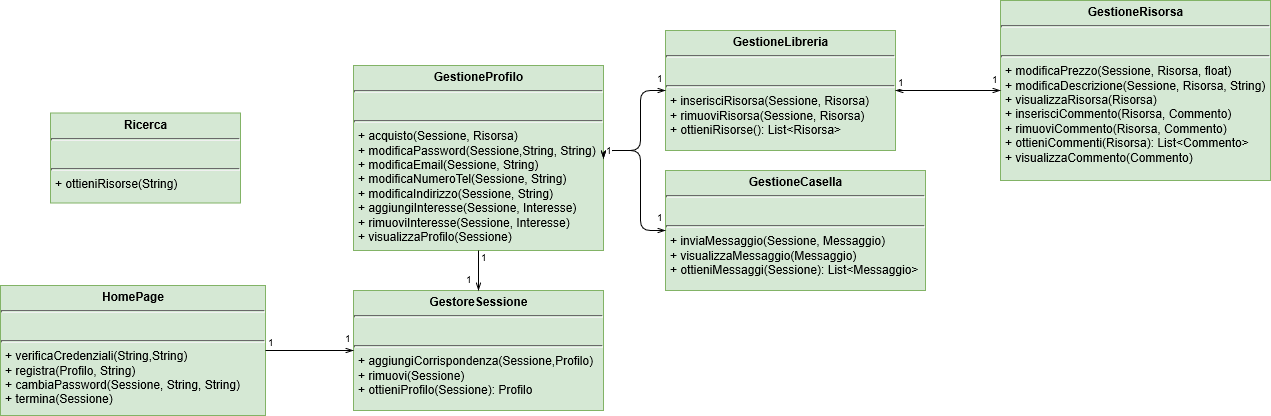
SundavarBlaka/Alexandria keeps this draw.io diagram as Progetto Dettaglio Alexandria/dettaglioServer .png. Above is the earlier version. Source tidied: cells renumbered, new cells last; positions are measured from the earlier drawing's top-left corner, leaving out a move shared by most shapes.
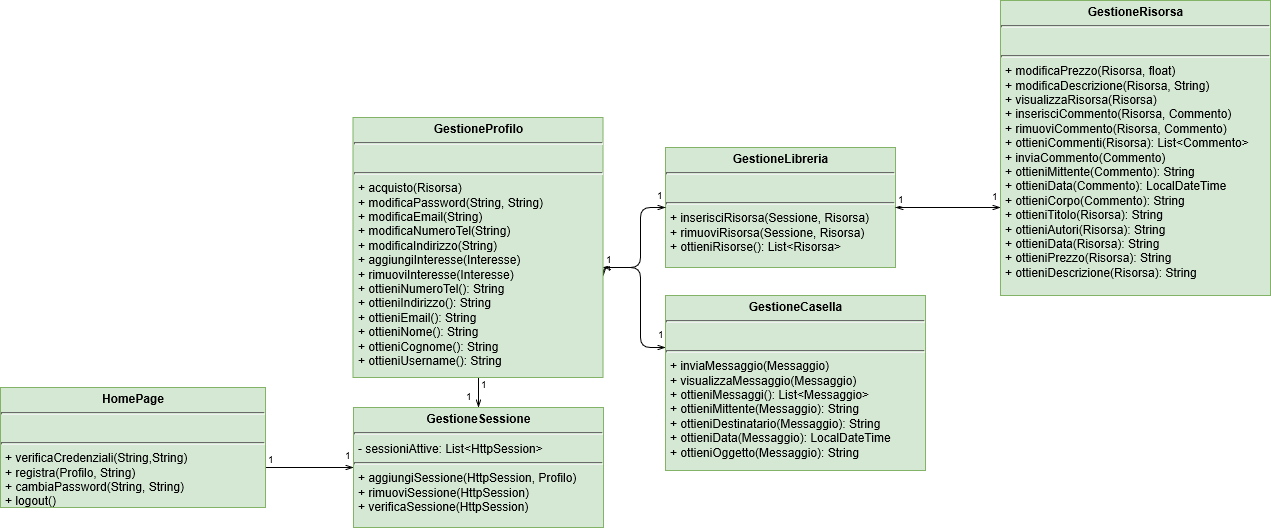
Later version of the same file.

Commit message:
Eliminata sessione

What changed in the source:
```diff
@@ -2,20 +2,12 @@
   <root>
     <mxCell id="0" />
     <mxCell id="1" parent="0" />
-    <mxCell id="2" value="&lt;p style=&quot;margin: 0px ; margin-top: 4px ; text-align: center&quot;&gt;&lt;b&gt;GestioneProfilo&lt;/b&gt;&lt;/p&gt;&lt;hr size=&quot;1&quot;&gt;&lt;p style=&quot;margin: 0px ; margin-left: 4px&quot;&gt;&lt;br&gt;&lt;/p&gt;&lt;hr size=&quot;1&quot;&gt;&lt;p style=&quot;margin: 0px ; margin-left: 4px&quot;&gt;+ acquisto(Sessione, Risorsa)&lt;/p&gt;&lt;p style=&quot;margin: 0px ; margin-left: 4px&quot;&gt;+ modificaPassword(Sessione,String, String)&lt;/p&gt;&lt;p style=&quot;margin: 0px ; margin-left: 4px&quot;&gt;+ modificaEmail(&lt;span&gt;Sessione&lt;/span&gt;, String)&lt;/p&gt;&lt;p style=&quot;margin: 0px ; margin-left: 4px&quot;&gt;+ modificaNumeroTel(&lt;span&gt;Sessione&lt;/span&gt;, String)&lt;/p&gt;&lt;p style=&quot;margin: 0px ; margin-left: 4px&quot;&gt;+ modificaIndirizzo(&lt;span&gt;Sessione&lt;/span&gt;, String)&lt;/p&gt;&lt;p style=&quot;margin: 0px ; margin-left: 4px&quot;&gt;+ aggiungiInteresse(&lt;span&gt;Sessione&lt;/span&gt;, Interesse)&lt;/p&gt;&lt;p style=&quot;margin: 0px ; margin-left: 4px&quot;&gt;+ rimuoviInteresse(&lt;span&gt;Sessione&lt;/span&gt;, Interesse)&lt;/p&gt;&lt;p style=&quot;margin: 0px ; margin-left: 4px&quot;&gt;+ visualizzaProfilo(&lt;span&gt;Sessione&lt;/span&gt;)&lt;/p&gt;" style="verticalAlign=top;align=left;overflow=fill;fontSize=12;fontFamily=Helvetica;html=1;fillColor=#d5e8d4;strokeColor=#82b366;" parent="1" vertex="1">
-      <mxGeometry x="353" y="65" width="250" height="185" as="geometry" />
-    </mxCell>
     <mxCell id="3" value="&lt;p style=&quot;margin: 0px ; margin-top: 4px ; text-align: center&quot;&gt;&lt;b&gt;GestioneLibreria&lt;/b&gt;&lt;/p&gt;&lt;hr size=&quot;1&quot;&gt;&lt;p style=&quot;margin: 0px ; margin-left: 4px&quot;&gt;&lt;br&gt;&lt;/p&gt;&lt;hr size=&quot;1&quot;&gt;&lt;p style=&quot;margin: 0px ; margin-left: 4px&quot;&gt;+ inserisciRisorsa(&lt;span&gt;Sessione&lt;/span&gt;, Risorsa)&lt;/p&gt;&lt;p style=&quot;margin: 0px ; margin-left: 4px&quot;&gt;+ rimuoviRisorsa(&lt;span&gt;Sessione&lt;/span&gt;, Risorsa)&lt;/p&gt;&lt;p style=&quot;margin: 0px ; margin-left: 4px&quot;&gt;+ ottieniRisorse(): List&amp;lt;Risorsa&amp;gt;&lt;/p&gt;" style="verticalAlign=top;align=left;overflow=fill;fontSize=12;fontFamily=Helvetica;html=1;fillColor=#d5e8d4;strokeColor=#82b366;" parent="1" vertex="1">
       <mxGeometry x="665" y="30" width="230" height="120" as="geometry" />
     </mxCell>
-    <mxCell id="4" value="&lt;p style=&quot;margin: 0px ; margin-top: 4px ; text-align: center&quot;&gt;&lt;b&gt;GestioneCasella&lt;/b&gt;&lt;/p&gt;&lt;hr size=&quot;1&quot;&gt;&lt;p style=&quot;margin: 0px ; margin-left: 4px&quot;&gt;&lt;br&gt;&lt;/p&gt;&lt;hr size=&quot;1&quot;&gt;&lt;p style=&quot;margin: 0px ; margin-left: 4px&quot;&gt;+ inviaMessaggio(Sessione, Messaggio)&lt;/p&gt;&lt;p style=&quot;margin: 0px ; margin-left: 4px&quot;&gt;+ visualizzaMessaggio(Messaggio)&lt;/p&gt;&lt;p style=&quot;margin: 0px ; margin-left: 4px&quot;&gt;+ ottieniMessaggi(&lt;span&gt;Sessione&lt;/span&gt;): List&amp;lt;Messaggio&amp;gt;&lt;/p&gt;" style="verticalAlign=top;align=left;overflow=fill;fontSize=12;fontFamily=Helvetica;html=1;fillColor=#d5e8d4;strokeColor=#82b366;" parent="1" vertex="1">
-      <mxGeometry x="665" y="170" width="260" height="120" as="geometry" />
-    </mxCell>
-    <mxCell id="5" value="&lt;p style=&quot;margin: 0px ; margin-top: 4px ; text-align: center&quot;&gt;&lt;b&gt;GestioneRisorsa&lt;/b&gt;&lt;/p&gt;&lt;hr size=&quot;1&quot;&gt;&lt;p style=&quot;margin: 0px ; margin-left: 4px&quot;&gt;&lt;br&gt;&lt;/p&gt;&lt;hr size=&quot;1&quot;&gt;&lt;p style=&quot;margin: 0px ; margin-left: 4px&quot;&gt;+ modificaPrezzo(&lt;span&gt;Sessione&lt;/span&gt;, Risorsa, float)&lt;/p&gt;&lt;p style=&quot;margin: 0px ; margin-left: 4px&quot;&gt;+ modificaDescrizione(&lt;span&gt;Sessione&lt;/span&gt;, Risorsa, String)&lt;/p&gt;&lt;p style=&quot;margin: 0px ; margin-left: 4px&quot;&gt;+ visualizzaRisorsa(Risorsa)&lt;/p&gt;&lt;p style=&quot;margin: 0px ; margin-left: 4px&quot;&gt;+ inserisciCommento(Risorsa, Commento)&lt;/p&gt;&lt;p style=&quot;margin: 0px ; margin-left: 4px&quot;&gt;+ rimuoviCommento(Risorsa, Commento)&lt;/p&gt;&lt;p style=&quot;margin: 0px ; margin-left: 4px&quot;&gt;+ ottieniCommenti(Risorsa): List&amp;lt;Commento&amp;gt;&lt;/p&gt;&lt;p style=&quot;margin: 0px ; margin-left: 4px&quot;&gt;+ visualizzaCommento(Commento)&lt;/p&gt;" style="verticalAlign=top;align=left;overflow=fill;fontSize=12;fontFamily=Helvetica;html=1;fillColor=#d5e8d4;strokeColor=#82b366;" parent="1" vertex="1">
-      <mxGeometry x="1000" width="270" height="180" as="geometry" />
-    </mxCell>
-    <mxCell id="6" style="endArrow=openThin;html=1;edgeStyle=orthogonalEdgeStyle;exitX=1;exitY=0.5;exitDx=0;exitDy=0;entryX=0;entryY=0.5;entryDx=0;entryDy=0;endFill=0;startArrow=openThin;startFill=0;" parent="1" edge="1" source="2" target="3">
+    <mxCell id="6" style="endArrow=openThin;html=1;edgeStyle=orthogonalEdgeStyle;exitX=1;exitY=0.5;exitDx=0;exitDy=0;entryX=0;entryY=0.5;entryDx=0;entryDy=0;endFill=0;startArrow=openThin;startFill=0;" parent="1" edge="1" target="3">
       <mxGeometry relative="1" as="geometry">
+        <mxPoint x="603" y="158" as="sourcePoint" />
         <Array as="points">
           <mxPoint x="640" y="150" />
           <mxPoint x="640" y="90" />
@@ -30,8 +22,9 @@
         <mxPoint y="-4" as="offset" />
       </mxGeometry>
     </mxCell>
-    <mxCell id="9" style="endArrow=openThin;html=1;edgeStyle=orthogonalEdgeStyle;exitX=1;exitY=0.5;exitDx=0;exitDy=0;entryX=0;entryY=0.5;entryDx=0;entryDy=0;endFill=0;startArrow=openThin;startFill=0;" parent="1" edge="1" source="2" target="4">
+    <mxCell id="9" style="endArrow=openThin;html=1;edgeStyle=orthogonalEdgeStyle;entryX=0;entryY=0.5;entryDx=0;entryDy=0;endFill=0;startArrow=openThin;startFill=0;" parent="1" edge="1" source="27">
       <mxGeometry relative="1" as="geometry">
+        <mxPoint x="665" y="230" as="targetPoint" />
         <Array as="points">
           <mxPoint x="640" y="150" />
           <mxPoint x="640" y="230" />
@@ -46,8 +39,10 @@
         <mxPoint y="-5" as="offset" />
       </mxGeometry>
     </mxCell>
-    <mxCell id="12" style="endArrow=openThin;html=1;edgeStyle=orthogonalEdgeStyle;exitX=1;exitY=0.5;exitDx=0;exitDy=0;entryX=0;entryY=0.5;entryDx=0;entryDy=0;endFill=0;startArrow=openThin;startFill=0;" parent="1" edge="1" source="3" target="5">
-      <mxGeometry relative="1" as="geometry" />
+    <mxCell id="12" style="endArrow=openThin;html=1;edgeStyle=orthogonalEdgeStyle;exitX=1;exitY=0.5;exitDx=0;exitDy=0;entryX=0;entryY=0.5;entryDx=0;entryDy=0;endFill=0;startArrow=openThin;startFill=0;" parent="1" edge="1" source="3">
+      <mxGeometry relative="1" as="geometry">
+        <mxPoint x="1000" y="90" as="targetPoint" />
+      </mxGeometry>
     </mxCell>
     <mxCell id="13" value="1&lt;br&gt;" style="html=1;align=left;verticalAlign=bottom;labelBackgroundColor=#ffffff;fontSize=10;" parent="12" vertex="1">
       <mxGeometry x="-1" relative="1" as="geometry" />
@@ -57,17 +52,11 @@
         <mxPoint y="-3" as="offset" />
       </mxGeometry>
     </mxCell>
-    <mxCell id="15" value="&lt;p style=&quot;margin: 0px ; margin-top: 4px ; text-align: center&quot;&gt;&lt;b&gt;GestoreSessione&lt;/b&gt;&lt;/p&gt;&lt;p style=&quot;margin: 0px ; margin-top: 4px ; text-align: center&quot;&gt;&lt;i&gt;&lt;/i&gt;&lt;/p&gt;&lt;hr size=&quot;1&quot;&gt;&lt;p style=&quot;margin: 0px ; margin-left: 4px&quot;&gt;&lt;br&gt;&lt;/p&gt;&lt;hr size=&quot;1&quot;&gt;&lt;p style=&quot;margin: 0px ; margin-left: 4px&quot;&gt;+ aggiungiCorrispondenza(Sessione,Profilo)&lt;/p&gt;&lt;p style=&quot;margin: 0px ; margin-left: 4px&quot;&gt;+ rimuovi(Sessione)&lt;/p&gt;&lt;p style=&quot;margin: 0px ; margin-left: 4px&quot;&gt;+ ottieniProfilo(Sessione): Profilo&lt;/p&gt;" style="verticalAlign=top;align=left;overflow=fill;fontSize=12;fontFamily=Helvetica;html=1;fillColor=#d5e8d4;strokeColor=#82b366;" parent="1" vertex="1">
-      <mxGeometry x="353" y="290" width="250" height="120" as="geometry" />
-    </mxCell>
-    <mxCell id="16" value="&lt;p style=&quot;margin: 0px ; margin-top: 4px ; text-align: center&quot;&gt;&lt;b&gt;Ricerca&lt;/b&gt;&lt;/p&gt;&lt;hr size=&quot;1&quot;&gt;&lt;p style=&quot;margin: 0px ; margin-left: 4px&quot;&gt;&lt;br&gt;&lt;/p&gt;&lt;hr size=&quot;1&quot;&gt;&lt;p style=&quot;margin: 0px ; margin-left: 4px&quot;&gt;+ ottieniRisorse(String)&lt;/p&gt;" style="verticalAlign=top;align=left;overflow=fill;fontSize=12;fontFamily=Helvetica;html=1;fillColor=#d5e8d4;strokeColor=#82b366;" parent="1" vertex="1">
-      <mxGeometry x="50" y="112.5" width="190" height="90" as="geometry" />
-    </mxCell>
-    <mxCell id="17" value="&lt;p style=&quot;margin: 0px ; margin-top: 4px ; text-align: center&quot;&gt;&lt;b&gt;HomePage&lt;/b&gt;&lt;/p&gt;&lt;hr size=&quot;1&quot;&gt;&lt;p style=&quot;margin: 0px ; margin-left: 4px&quot;&gt;&lt;br&gt;&lt;/p&gt;&lt;hr size=&quot;1&quot;&gt;&lt;p style=&quot;margin: 0px ; margin-left: 4px&quot;&gt;+ verificaCredenziali(String,String)&lt;/p&gt;&lt;p style=&quot;margin: 0px ; margin-left: 4px&quot;&gt;&lt;span&gt;+ registra(Profilo, String)&lt;/span&gt;&lt;/p&gt;&lt;p style=&quot;margin: 0px ; margin-left: 4px&quot;&gt;+ cambiaPassword(Sessione, String, String)&lt;/p&gt;&lt;p style=&quot;margin: 0px ; margin-left: 4px&quot;&gt;+ termina(Sessione)&lt;/p&gt;" style="verticalAlign=top;align=left;overflow=fill;fontSize=12;fontFamily=Helvetica;html=1;fillColor=#d5e8d4;strokeColor=#82b366;" parent="1" vertex="1">
-      <mxGeometry y="285" width="265" height="130" as="geometry" />
-    </mxCell>
-    <mxCell id="18" style="endArrow=openThin;html=1;edgeStyle=orthogonalEdgeStyle;exitX=1;exitY=0.5;exitDx=0;exitDy=0;entryX=0;entryY=0.5;entryDx=0;entryDy=0;endFill=0;" parent="1" edge="1" source="17" target="15">
-      <mxGeometry relative="1" as="geometry" />
+    <mxCell id="18" style="endArrow=openThin;html=1;edgeStyle=orthogonalEdgeStyle;exitX=1;exitY=0.5;exitDx=0;exitDy=0;entryX=0;entryY=0.5;entryDx=0;entryDy=0;endFill=0;" parent="1" edge="1">
+      <mxGeometry relative="1" as="geometry">
+        <mxPoint x="265" y="350" as="sourcePoint" />
+        <mxPoint x="353" y="350" as="targetPoint" />
+      </mxGeometry>
     </mxCell>
     <mxCell id="19" value="1&lt;br&gt;" style="html=1;align=left;verticalAlign=bottom;labelBackgroundColor=#ffffff;fontSize=10;" parent="18" vertex="1">
       <mxGeometry x="-1" relative="1" as="geometry" />
@@ -77,8 +66,10 @@
         <mxPoint y="-4" as="offset" />
       </mxGeometry>
     </mxCell>
-    <mxCell id="21" style="endArrow=openThin;html=1;edgeStyle=orthogonalEdgeStyle;exitX=0.5;exitY=1;exitDx=0;exitDy=0;entryX=0.5;entryY=0;entryDx=0;entryDy=0;endFill=0;" parent="1" edge="1" source="2" target="15">
-      <mxGeometry relative="1" as="geometry" />
+    <mxCell id="21" style="endArrow=openThin;html=1;edgeStyle=orthogonalEdgeStyle;exitX=0.5;exitY=1;exitDx=0;exitDy=0;entryX=0.5;entryY=0;entryDx=0;entryDy=0;endFill=0;" parent="1" edge="1" source="27">
+      <mxGeometry relative="1" as="geometry">
+        <mxPoint x="478" y="290" as="targetPoint" />
+      </mxGeometry>
     </mxCell>
     <mxCell id="22" value="1&lt;br&gt;" style="html=1;align=left;verticalAlign=bottom;labelBackgroundColor=#ffffff;fontSize=10;" parent="21" vertex="1">
       <mxGeometry x="-1" relative="1" as="geometry">
@@ -90,5 +81,20 @@
         <mxPoint x="-4" y="-3" as="offset" />
       </mxGeometry>
     </mxCell>
+    <mxCell id="24" value="&lt;p style=&quot;margin: 0px ; margin-top: 4px ; text-align: center&quot;&gt;&lt;b&gt;GestioneCasella&lt;/b&gt;&lt;/p&gt;&lt;hr size=&quot;1&quot;&gt;&lt;p style=&quot;margin: 0px ; margin-left: 4px&quot;&gt;&lt;br&gt;&lt;/p&gt;&lt;hr size=&quot;1&quot;&gt;&lt;p style=&quot;margin: 0px ; margin-left: 4px&quot;&gt;+ inviaMessaggio(Messaggio)&lt;/p&gt;&lt;p style=&quot;margin: 0px ; margin-left: 4px&quot;&gt;+ visualizzaMessaggio(Messaggio)&lt;/p&gt;&lt;p style=&quot;margin: 0px ; margin-left: 4px&quot;&gt;+ ottieniMessaggi(): List&amp;lt;Messaggio&amp;gt;&lt;/p&gt;&lt;p style=&quot;margin: 0px ; margin-left: 4px&quot;&gt;+ ottieniMittente(Messaggio): String&lt;/p&gt;&lt;p style=&quot;margin: 0px ; margin-left: 4px&quot;&gt;+ &lt;span&gt;ottieni&lt;/span&gt;Destinatario(Messaggio): String&lt;/p&gt;&lt;p style=&quot;margin: 0px ; margin-left: 4px&quot;&gt;+ &lt;span&gt;ottieni&lt;/span&gt;Data(Messaggio): LocalDateTime&lt;/p&gt;&lt;p style=&quot;margin: 0px ; margin-left: 4px&quot;&gt;+ &lt;span&gt;ottieni&lt;/span&gt;Oggetto(Messaggio): String&lt;/p&gt;" style="verticalAlign=top;align=left;overflow=fill;fontSize=12;fontFamily=Helvetica;html=1;fillColor=#d5e8d4;strokeColor=#82b366;" parent="1" vertex="1">
+      <mxGeometry x="665" y="178" width="260" height="175" as="geometry" />
+    </mxCell>
+    <mxCell id="25" value="&lt;p style=&quot;margin: 0px ; margin-top: 4px ; text-align: center&quot;&gt;&lt;b&gt;GestioneRisorsa&lt;/b&gt;&lt;/p&gt;&lt;hr size=&quot;1&quot;&gt;&lt;p style=&quot;margin: 0px ; margin-left: 4px&quot;&gt;&lt;br&gt;&lt;/p&gt;&lt;hr size=&quot;1&quot;&gt;&lt;p style=&quot;margin: 0px ; margin-left: 4px&quot;&gt;+ modificaPrezzo(Risorsa, float)&lt;/p&gt;&lt;p style=&quot;margin: 0px ; margin-left: 4px&quot;&gt;+ modificaDescrizione(Risorsa, String)&lt;/p&gt;&lt;p style=&quot;margin: 0px ; margin-left: 4px&quot;&gt;+ visualizzaRisorsa(Risorsa)&lt;/p&gt;&lt;p style=&quot;margin: 0px ; margin-left: 4px&quot;&gt;+ inserisciCommento(Risorsa, Commento)&lt;/p&gt;&lt;p style=&quot;margin: 0px ; margin-left: 4px&quot;&gt;+ rimuoviCommento(Risorsa, Commento)&lt;/p&gt;&lt;p style=&quot;margin: 0px ; margin-left: 4px&quot;&gt;+ ottieniCommenti(Risorsa): List&amp;lt;Commento&amp;gt;&lt;/p&gt;&lt;p style=&quot;margin: 0px ; margin-left: 4px&quot;&gt;+ inviaCommento(Commento)&lt;/p&gt;&lt;p style=&quot;margin: 0px ; margin-left: 4px&quot;&gt;+ ottieniMittente(Commento): String&lt;/p&gt;&lt;p style=&quot;margin: 0px ; margin-left: 4px&quot;&gt;+ ottieniData(Commento): LocalDateTime&lt;/p&gt;&lt;p style=&quot;margin: 0px ; margin-left: 4px&quot;&gt;+ ottieniCorpo(Commento): String&lt;/p&gt;&lt;p style=&quot;margin: 0px ; margin-left: 4px&quot;&gt;+ ottieniTitolo(Risorsa): String&lt;/p&gt;&lt;p style=&quot;margin: 0px ; margin-left: 4px&quot;&gt;&lt;span&gt;+ ottieniAutori(Risorsa): String&lt;/span&gt;&lt;/p&gt;&lt;p style=&quot;margin: 0px ; margin-left: 4px&quot;&gt;&lt;span&gt;+ ottieniData(Risorsa): String&lt;/span&gt;&lt;/p&gt;&lt;p style=&quot;margin: 0px ; margin-left: 4px&quot;&gt;+ ottieniPrezzo(Risorsa): String&lt;/p&gt;&lt;p style=&quot;margin: 0px ; margin-left: 4px&quot;&gt;+ ottieniDescrizione(Risorsa): String&lt;/p&gt;" style="verticalAlign=top;align=left;overflow=fill;fontSize=12;fontFamily=Helvetica;html=1;fillColor=#d5e8d4;strokeColor=#82b366;" parent="1" vertex="1">
+      <mxGeometry x="1000" y="-117" width="270" height="295" as="geometry" />
+    </mxCell>
+    <mxCell id="26" value="&lt;p style=&quot;margin: 0px ; margin-top: 4px ; text-align: center&quot;&gt;&lt;b&gt;GestioneSessione&lt;/b&gt;&lt;/p&gt;&lt;hr size=&quot;1&quot;&gt;&lt;p style=&quot;margin: 0px ; margin-left: 4px&quot;&gt;- sessioniAttive: List&amp;lt;HttpSession&amp;gt;&lt;/p&gt;&lt;hr size=&quot;1&quot;&gt;&lt;p style=&quot;margin: 0px ; margin-left: 4px&quot;&gt;+ aggiungiSessione(HttpSession, Profilo)&lt;/p&gt;&lt;p style=&quot;margin: 0px ; margin-left: 4px&quot;&gt;+ rimuoviSessione(HttpSession)&lt;/p&gt;&lt;p style=&quot;margin: 0px ; margin-left: 4px&quot;&gt;+ verificaSessione(HttpSession)&lt;/p&gt;" style="verticalAlign=top;align=left;overflow=fill;fontSize=12;fontFamily=Helvetica;html=1;fillColor=#d5e8d4;strokeColor=#82b366;" parent="1" vertex="1">
+      <mxGeometry x="353" y="290" width="250" height="120" as="geometry" />
+    </mxCell>
+    <mxCell id="27" value="&lt;p style=&quot;margin: 0px ; margin-top: 4px ; text-align: center&quot;&gt;&lt;b&gt;GestioneProfilo&lt;/b&gt;&lt;/p&gt;&lt;hr size=&quot;1&quot;&gt;&lt;p style=&quot;margin: 0px ; margin-left: 4px&quot;&gt;&lt;br&gt;&lt;/p&gt;&lt;hr size=&quot;1&quot;&gt;&lt;p style=&quot;margin: 0px ; margin-left: 4px&quot;&gt;+ acquisto(Risorsa)&lt;/p&gt;&lt;p style=&quot;margin: 0px ; margin-left: 4px&quot;&gt;+ modificaPassword(String, String)&lt;/p&gt;&lt;p style=&quot;margin: 0px ; margin-left: 4px&quot;&gt;+ modificaEmail(String)&lt;/p&gt;&lt;p style=&quot;margin: 0px ; margin-left: 4px&quot;&gt;+ modificaNumeroTel(String)&lt;/p&gt;&lt;p style=&quot;margin: 0px ; margin-left: 4px&quot;&gt;+ modificaIndirizzo(String)&lt;/p&gt;&lt;p style=&quot;margin: 0px ; margin-left: 4px&quot;&gt;+ aggiungiInteresse(Interesse)&lt;/p&gt;&lt;p style=&quot;margin: 0px ; margin-left: 4px&quot;&gt;+ rimuoviInteresse(Interesse)&lt;/p&gt;&lt;p style=&quot;margin: 0px ; margin-left: 4px&quot;&gt;+ ottieniNumeroTel(): String&lt;/p&gt;&lt;p style=&quot;margin: 0px ; margin-left: 4px&quot;&gt;+ ottieniIndirizzo(): String&lt;/p&gt;&lt;p style=&quot;margin: 0px ; margin-left: 4px&quot;&gt;+ ottieniEmail(): String&lt;/p&gt;&lt;p style=&quot;margin: 0px ; margin-left: 4px&quot;&gt;+ ottieniNome(): String&lt;/p&gt;&lt;p style=&quot;margin: 0px ; margin-left: 4px&quot;&gt;+ ottieniCognome(): String&lt;/p&gt;&lt;p style=&quot;margin: 0px ; margin-left: 4px&quot;&gt;+ ottieniUsername(): String&lt;/p&gt;" style="verticalAlign=top;align=left;overflow=fill;fontSize=12;fontFamily=Helvetica;html=1;fillColor=#d5e8d4;strokeColor=#82b366;" parent="1" vertex="1">
+      <mxGeometry x="352.5" width="250" height="260" as="geometry" />
+    </mxCell>
+    <mxCell id="28" value="&lt;p style=&quot;margin: 0px ; margin-top: 4px ; text-align: center&quot;&gt;&lt;b&gt;HomePage&lt;/b&gt;&lt;/p&gt;&lt;hr size=&quot;1&quot;&gt;&lt;p style=&quot;margin: 0px ; margin-left: 4px&quot;&gt;&lt;br&gt;&lt;/p&gt;&lt;hr size=&quot;1&quot;&gt;&lt;p style=&quot;margin: 0px ; margin-left: 4px&quot;&gt;+ verificaCredenziali(String,String)&lt;/p&gt;&lt;p style=&quot;margin: 0px ; margin-left: 4px&quot;&gt;&lt;span&gt;+ registra(Profilo, String)&lt;/span&gt;&lt;/p&gt;&lt;p style=&quot;margin: 0px ; margin-left: 4px&quot;&gt;+ cambiaPassword(String, String)&lt;/p&gt;&lt;p style=&quot;margin: 0px ; margin-left: 4px&quot;&gt;+ logout()&lt;/p&gt;" style="verticalAlign=top;align=left;overflow=fill;fontSize=12;fontFamily=Helvetica;html=1;fillColor=#d5e8d4;strokeColor=#82b366;" parent="1" vertex="1">
+      <mxGeometry y="270" width="265" height="120" as="geometry" />
+    </mxCell>
   </root>
 </mxGraphModel>
```
